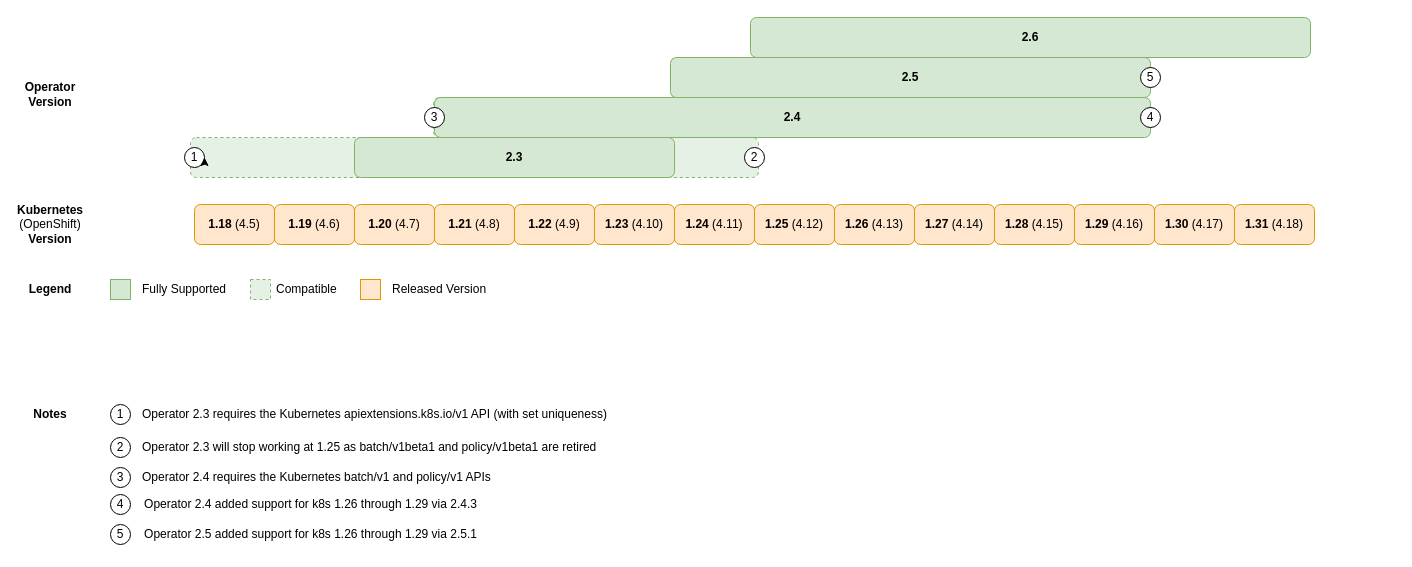
This is page "Compat Kuberentes" (1 of 3) of drawio-charts/k8s-compat.drawio from couchbase/docs-operator, a draw.io file, before an edit. Source tidied: cells renumbered, new cells numbered last; positions are measured from the earlier drawing's top-left corner, leaving out a move shared by most shapes. Both pictures are drawn from the tidied source at 100%, with x=0, y=0 at pixel (20, 17).
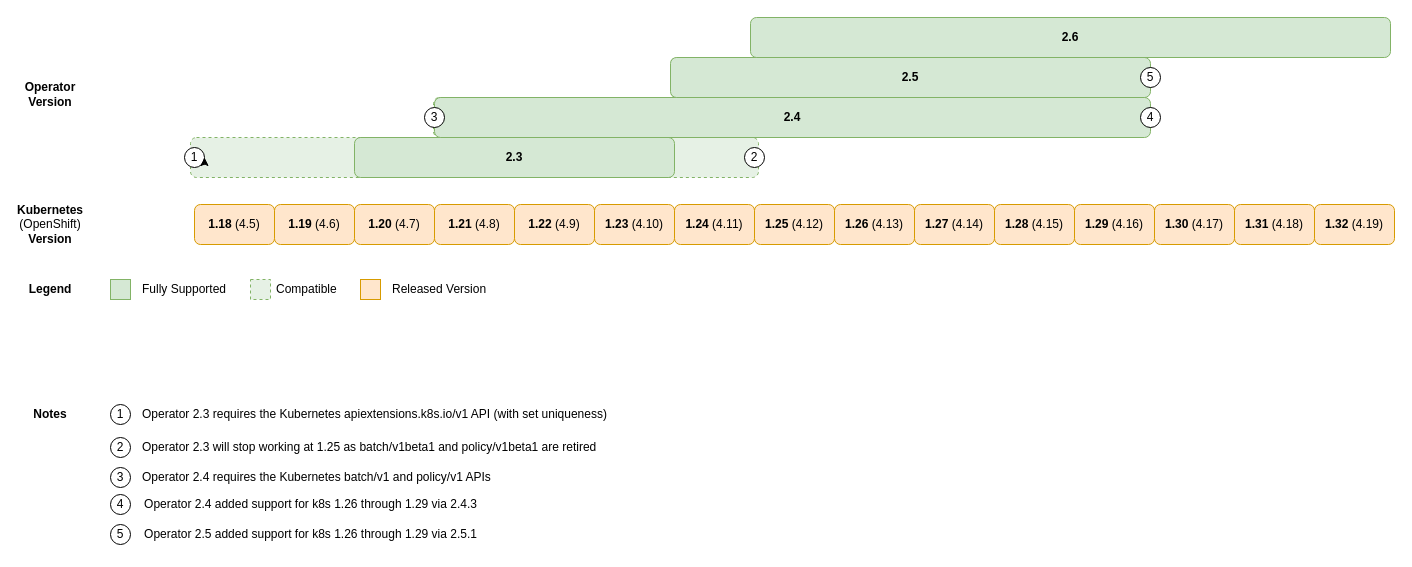
The same page after the edit.

Commit message (it also covers changes not shown here):
Updated kubernetes and openshift versions

The edit, as a diff of the source:
```diff
@@
     <mxCell id="40" value="&lt;b&gt;2.6&lt;/b&gt;" style="rounded=1;whiteSpace=wrap;html=1;fillColor=#d5e8d4;strokeColor=#82b366;" parent="1" vertex="1">
-      <mxGeometry x="730" width="560" height="40" as="geometry" />
+      <mxGeometry x="730" width="640" height="40" as="geometry" />
     </mxCell>
@@
+    <mxCell id="50" value="&lt;b&gt;1.32&lt;/b&gt;&lt;span style=&quot;background-color: transparent; color: light-dark(rgb(0, 0, 0), rgb(255, 255, 255));&quot;&gt;&amp;nbsp;(4.19)&lt;/span&gt;" style="rounded=1;whiteSpace=wrap;html=1;fillColor=#ffe6cc;strokeColor=#d79b00;" parent="1" vertex="1">
+      <mxGeometry x="1294" y="187" width="80" height="40" as="geometry" />
+    </mxCell>
```
